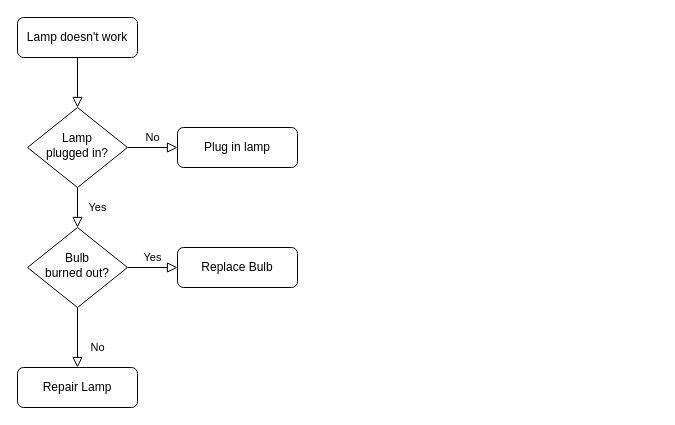
tanishaf28/usercontact keeps this draw.io diagram as Untitled Diagram.drawio. Above is the earlier version. Source tidied: cells renumbered, new cells numbered last; positions are measured from the earlier drawing's top-left corner, leaving out a move shared by most shapes. Both pictures are drawn from the tidied source at 100%, with x=0, y=0 at pixel (17, 17).
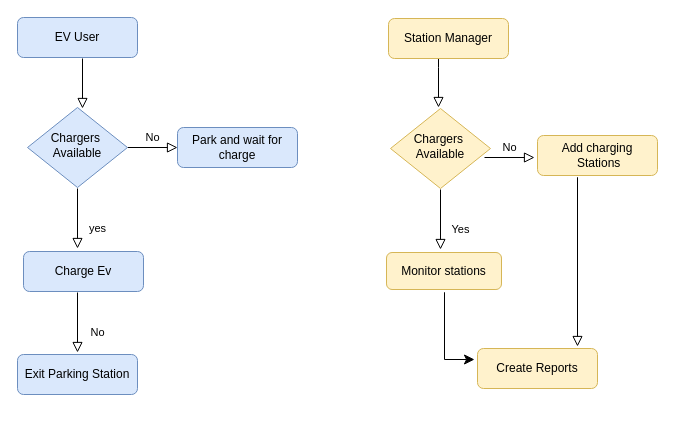
The same diagram, later.

Change to the diagram source:
```diff
@@
-    <mxCell id="2" style="rounded=0;html=1;jettySize=auto;fontSize=11;endArrow=block;endFill=0;endSize=8;strokeWidth=1;shadow=0;labelBackgroundColor=none;edgeStyle=orthogonalEdgeStyle;" parent="1" edge="1" source="3" target="6">
-      <mxGeometry relative="1" as="geometry" />
+    <mxCell id="2" style="rounded=0;html=1;jettySize=auto;orthogonalLoop=1;fontSize=11;endArrow=block;endFill=0;endSize=8;strokeWidth=1;shadow=0;labelBackgroundColor=none;edgeStyle=orthogonalEdgeStyle;" parent="1" edge="1">
+      <mxGeometry relative="1" as="geometry">
+        <mxPoint x="421" y="40" as="sourcePoint" />
+        <mxPoint x="421" y="90" as="targetPoint" />
+        <Array as="points">
+          <mxPoint x="421" y="50" />
+          <mxPoint x="421" y="50" />
+        </Array>
+      </mxGeometry>
     </mxCell>
-    <mxCell id="3" value="Lamp doesn't work" style="rounded=1;whiteSpace=wrap;html=1;fontSize=12;glass=0;strokeWidth=1;shadow=0;" parent="1" vertex="1">
+    <mxCell id="3" value="EV User" style="rounded=1;whiteSpace=wrap;html=1;fontSize=12;glass=0;strokeWidth=1;shadow=0;fillColor=#dae8fc;strokeColor=#6c8ebf;" parent="1" vertex="1">
       <mxGeometry width="120" height="40" as="geometry" />
     </mxCell>
-    <mxCell id="4" value="Yes" style="rounded=0;html=1;jettySize=auto;fontSize=11;endArrow=block;endFill=0;endSize=8;strokeWidth=1;shadow=0;labelBackgroundColor=none;edgeStyle=orthogonalEdgeStyle;" parent="1" edge="1" source="6" target="10">
-      <mxGeometry y="20" relative="1" as="geometry" />
-    </mxCell>
@@
-    <mxCell id="6" value="Lamp&lt;br&gt;plugged in?" style="rhombus;whiteSpace=wrap;html=1;shadow=0;fontFamily=Helvetica;fontSize=12;align=center;strokeWidth=1;spacing=6;spacingTop=-4;" parent="1" vertex="1">
+    <mxCell id="6" value="Chargers&amp;nbsp;&lt;div&gt;Available&lt;/div&gt;" style="rhombus;whiteSpace=wrap;html=1;shadow=0;fontFamily=Helvetica;fontSize=12;align=center;strokeWidth=1;spacing=6;spacingTop=-4;fillColor=#dae8fc;strokeColor=#6c8ebf;" parent="1" vertex="1">
       <mxGeometry x="10" y="90" width="100" height="80" as="geometry" />
     </mxCell>
-    <mxCell id="7" value="Plug in lamp" style="rounded=1;whiteSpace=wrap;html=1;fontSize=12;glass=0;strokeWidth=1;shadow=0;" parent="1" vertex="1">
+    <mxCell id="7" value="Park and wait for charge" style="rounded=1;whiteSpace=wrap;html=1;fontSize=12;glass=0;strokeWidth=1;shadow=0;fillColor=#dae8fc;strokeColor=#6c8ebf;" parent="1" vertex="1">
       <mxGeometry x="160" y="110" width="120" height="40" as="geometry" />
     </mxCell>
-    <mxCell id="8" value="No" style="rounded=0;html=1;jettySize=auto;fontSize=11;endArrow=block;endFill=0;endSize=8;strokeWidth=1;shadow=0;labelBackgroundColor=none;edgeStyle=orthogonalEdgeStyle;" parent="1" edge="1" source="10" target="11">
-      <mxGeometry x="0.33" y="20" relative="1" as="geometry" />
+    <mxCell id="8" value="No" style="rounded=0;html=1;jettySize=auto;orthogonalLoop=1;fontSize=11;endArrow=block;endFill=0;endSize=8;strokeWidth=1;shadow=0;labelBackgroundColor=none;edgeStyle=orthogonalEdgeStyle;" parent="1" edge="1">
+      <mxGeometry x="0.33" y="20" relative="1" as="geometry">
+        <mxPoint x="60" y="275" as="sourcePoint" />
+        <mxPoint x="60" y="335" as="targetPoint" />
+      </mxGeometry>
     </mxCell>
-    <mxCell id="9" value="Yes" style="edgeStyle=orthogonalEdgeStyle;rounded=0;html=1;jettySize=auto;fontSize=11;endArrow=block;endFill=0;endSize=8;strokeWidth=1;shadow=0;labelBackgroundColor=none;" parent="1" edge="1" source="10" target="12">
-      <mxGeometry y="10" relative="1" as="geometry" />
-    </mxCell>
-    <mxCell id="10" value="Bulb&lt;br&gt;burned out?" style="rhombus;whiteSpace=wrap;html=1;shadow=0;fontFamily=Helvetica;fontSize=12;align=center;strokeWidth=1;spacing=6;spacingTop=-4;" parent="1" vertex="1">
-      <mxGeometry x="10" y="210" width="100" height="80" as="geometry" />
-    </mxCell>
-    <mxCell id="11" value="Repair Lamp" style="rounded=1;whiteSpace=wrap;html=1;fontSize=12;glass=0;strokeWidth=1;shadow=0;" parent="1" vertex="1">
-      <mxGeometry y="350" width="120" height="40" as="geometry" />
+    <mxCell id="11" value="Exit Parking Station" style="rounded=1;whiteSpace=wrap;html=1;fontSize=12;glass=0;strokeWidth=1;shadow=0;fillColor=#dae8fc;strokeColor=#6c8ebf;" parent="1" vertex="1">
+      <mxGeometry y="337" width="120" height="40" as="geometry" />
     </mxCell>
-    <mxCell id="12" value="Replace Bulb" style="rounded=1;whiteSpace=wrap;html=1;fontSize=12;glass=0;strokeWidth=1;shadow=0;" parent="1" vertex="1">
-      <mxGeometry x="160" y="230" width="120" height="40" as="geometry" />
+    <mxCell id="12" value="Charge Ev" style="rounded=1;whiteSpace=wrap;html=1;fontSize=12;glass=0;strokeWidth=1;shadow=0;fillColor=#dae8fc;strokeColor=#6c8ebf;" parent="1" vertex="1">
+      <mxGeometry x="6" y="234" width="120" height="40" as="geometry" />
     </mxCell>
+    <mxCell id="13" value="yes" style="rounded=0;html=1;jettySize=auto;orthogonalLoop=1;fontSize=11;endArrow=block;endFill=0;endSize=8;strokeWidth=1;shadow=0;labelBackgroundColor=none;edgeStyle=orthogonalEdgeStyle;" parent="1" edge="1">
+      <mxGeometry x="0.33" y="20" relative="1" as="geometry">
+        <mxPoint x="60" y="171" as="sourcePoint" />
+        <mxPoint x="60" y="231" as="targetPoint" />
+      </mxGeometry>
+    </mxCell>
+    <mxCell id="14" value="Station Manager" style="rounded=1;whiteSpace=wrap;html=1;fontSize=12;glass=0;strokeWidth=1;shadow=0;fillColor=#fff2cc;strokeColor=#d6b656;" parent="1" vertex="1">
+      <mxGeometry x="371" y="1" width="120" height="40" as="geometry" />
+    </mxCell>
+    <mxCell id="15" style="rounded=0;html=1;jettySize=auto;orthogonalLoop=1;fontSize=11;endArrow=block;endFill=0;endSize=8;strokeWidth=1;shadow=0;labelBackgroundColor=none;edgeStyle=orthogonalEdgeStyle;" parent="1" edge="1">
+      <mxGeometry relative="1" as="geometry">
+        <mxPoint x="65" y="41" as="sourcePoint" />
+        <mxPoint x="65" y="91" as="targetPoint" />
+      </mxGeometry>
+    </mxCell>
+    <mxCell id="16" value="Chargers&amp;nbsp;&lt;div&gt;Available&lt;/div&gt;" style="rhombus;whiteSpace=wrap;html=1;shadow=0;fontFamily=Helvetica;fontSize=12;align=center;strokeWidth=1;spacing=6;spacingTop=-4;fillColor=#fff2cc;strokeColor=#d6b656;" parent="1" vertex="1">
+      <mxGeometry x="373" y="91" width="100" height="80" as="geometry" />
+    </mxCell>
+    <mxCell id="17" value="Add charging&lt;div&gt;&amp;nbsp;Stations&lt;/div&gt;" style="rounded=1;whiteSpace=wrap;html=1;fontSize=12;glass=0;strokeWidth=1;shadow=0;fillColor=#fff2cc;strokeColor=#d6b656;" parent="1" vertex="1">
+      <mxGeometry x="520" y="118" width="120" height="40" as="geometry" />
+    </mxCell>
+    <mxCell id="4" value="Yes" style="rounded=0;html=1;jettySize=auto;orthogonalLoop=1;fontSize=11;endArrow=block;endFill=0;endSize=8;strokeWidth=1;shadow=0;labelBackgroundColor=none;edgeStyle=orthogonalEdgeStyle;" parent="1" edge="1">
+      <mxGeometry x="0.33" y="20" relative="1" as="geometry">
+        <mxPoint x="423" y="172" as="sourcePoint" />
+        <mxPoint x="423" y="232" as="targetPoint" />
+      </mxGeometry>
+    </mxCell>
+    <mxCell id="18" value="Monitor stations" style="rounded=1;whiteSpace=wrap;html=1;fontSize=12;glass=0;strokeWidth=1;shadow=0;fillColor=#fff2cc;strokeColor=#d6b656;" parent="1" vertex="1">
+      <mxGeometry x="369" y="235" width="115" height="37" as="geometry" />
+    </mxCell>
+    <mxCell id="19" value="No" style="edgeStyle=orthogonalEdgeStyle;rounded=0;html=1;jettySize=auto;orthogonalLoop=1;fontSize=11;endArrow=block;endFill=0;endSize=8;strokeWidth=1;shadow=0;labelBackgroundColor=none;" parent="1" edge="1">
+      <mxGeometry y="10" relative="1" as="geometry">
+        <mxPoint x="467" y="140" as="sourcePoint" />
+        <mxPoint x="517" y="140" as="targetPoint" />
+      </mxGeometry>
+    </mxCell>
+    <mxCell id="20" value="Create Reports" style="rounded=1;whiteSpace=wrap;html=1;fontSize=12;glass=0;strokeWidth=1;shadow=0;fillColor=#fff2cc;strokeColor=#d6b656;" parent="1" vertex="1">
+      <mxGeometry x="460" y="331" width="120" height="40" as="geometry" />
+    </mxCell>
+    <mxCell id="21" style="edgeStyle=segmentEdgeStyle;endArrow=classic;html=1;curved=0;rounded=0;endSize=8;startSize=8;" parent="1" edge="1">
+      <mxGeometry relative="1" as="geometry">
+        <mxPoint x="427" y="285" as="sourcePoint" />
+        <mxPoint x="457" y="342" as="targetPoint" />
+        <Array as="points">
+          <mxPoint x="427" y="275" />
+          <mxPoint x="427" y="275" />
+          <mxPoint x="427" y="342" />
+        </Array>
+      </mxGeometry>
+    </mxCell>
+    <mxCell id="22" style="rounded=0;html=1;jettySize=auto;orthogonalLoop=1;fontSize=11;endArrow=block;endFill=0;endSize=8;strokeWidth=1;shadow=0;labelBackgroundColor=none;edgeStyle=orthogonalEdgeStyle;jumpSize=22;" parent="1" edge="1">
+      <mxGeometry x="0.33" y="20" relative="1" as="geometry">
+        <mxPoint x="560" y="170" as="sourcePoint" />
+        <mxPoint x="560" y="329" as="targetPoint" />
+        <Array as="points">
+          <mxPoint x="560" y="160" />
+        </Array>
+      </mxGeometry>
+    </mxCell>
```
